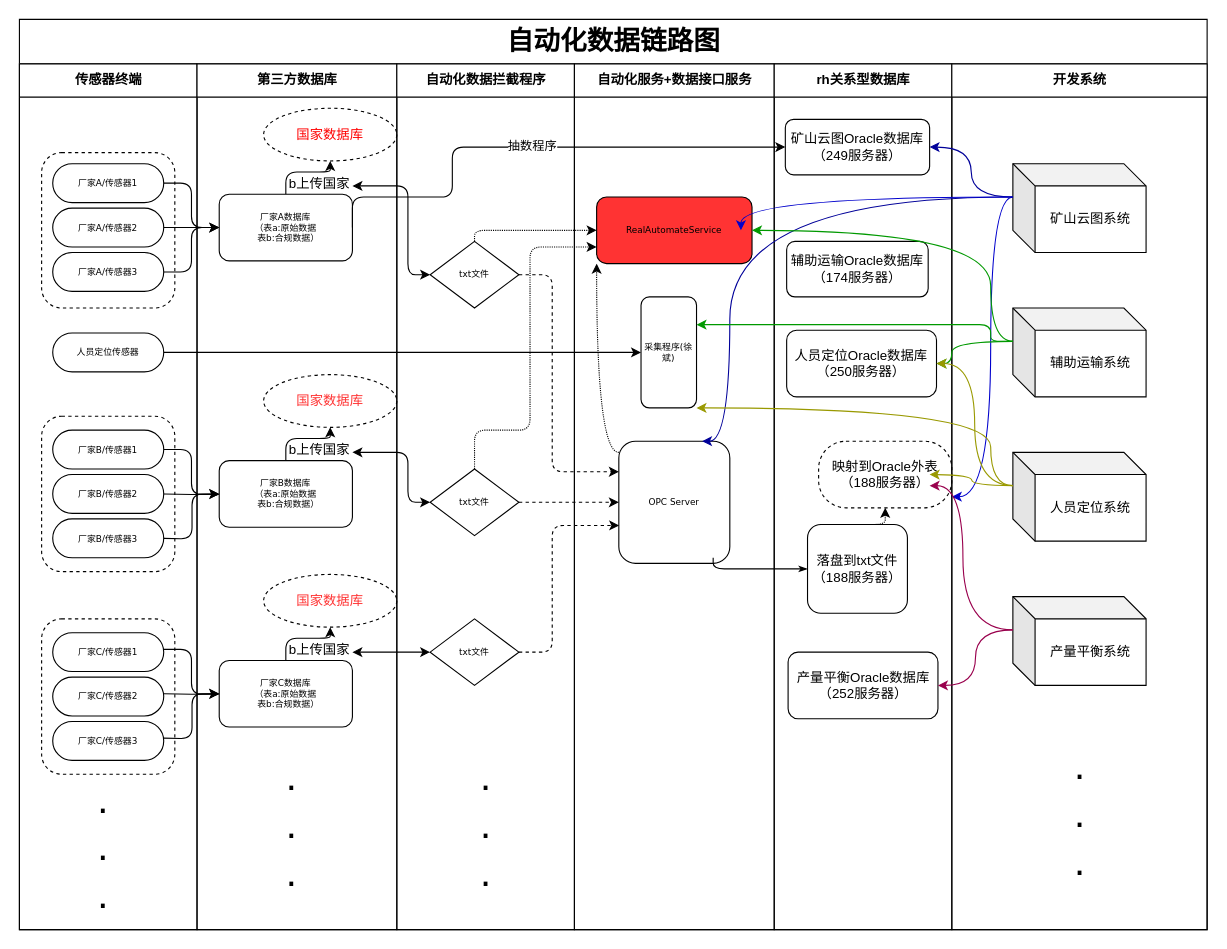
The draw.io diagram src/draw/自动化数据链路图.drawio in liulizhong/LearnAccumulate, before the edit. Source tidied: cells renumbered, new cells numbered last; positions are measured from the earlier drawing's top-left corner, leaving out a move shared by most shapes. Both pictures are drawn from the tidied source at 111%, with x=0, y=0 at pixel (19, 19).
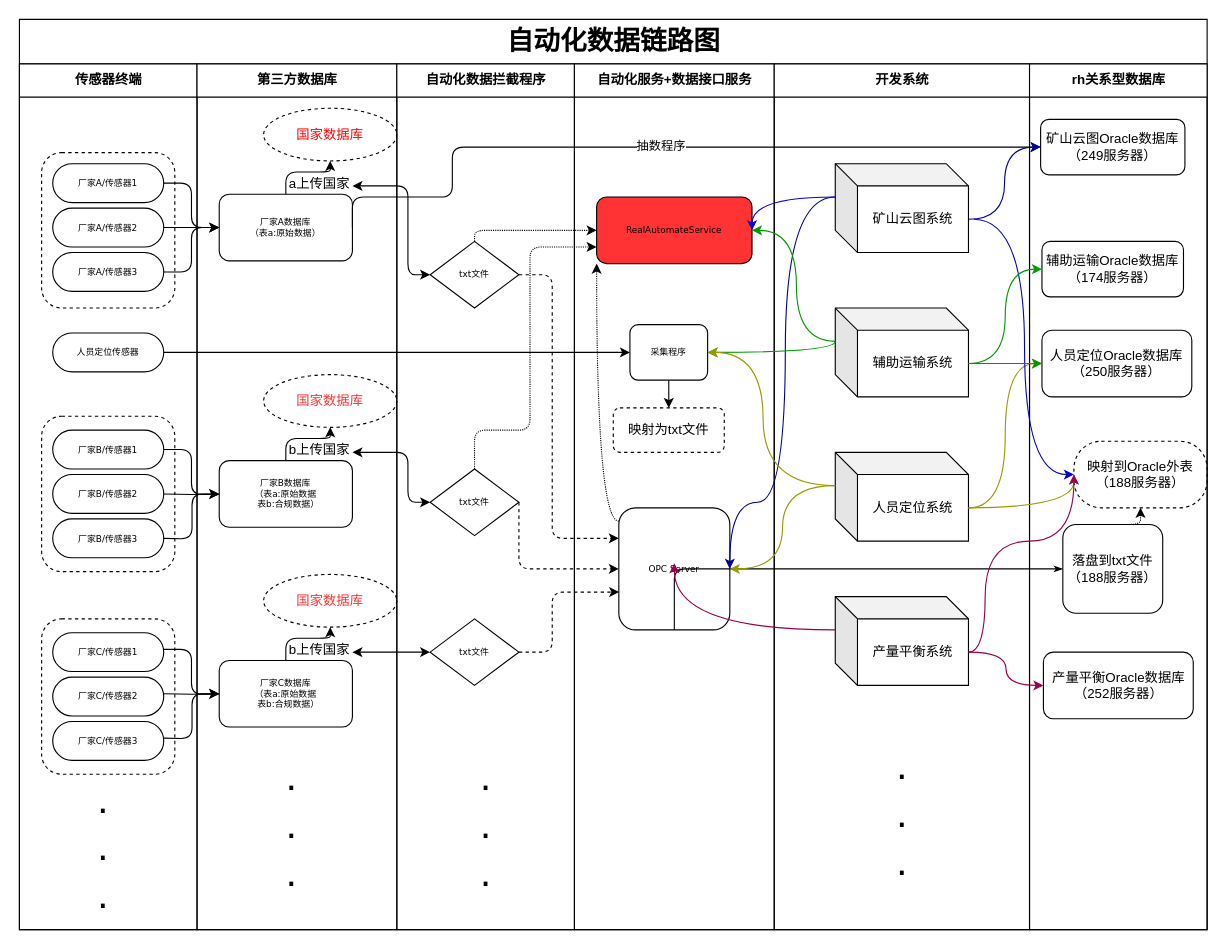
After the change.

Unchanged cells that the change refers to:
```xml
<mxCell id="2" value="&lt;font style=&quot;font-size: 24px&quot;&gt;自动化数据链路图&lt;/font&gt;" style="swimlane;html=1;startSize=40;rounded=0;shadow=0;labelBackgroundColor=none;strokeWidth=1;fontFamily=Verdana;fontSize=8;align=center;fillColor=none;" parent="1" vertex="1">
  <mxGeometry width="1070" height="820" as="geometry" />
</mxCell>
<mxCell id="19" value="第三方数据库" style="swimlane;html=1;startSize=30;" parent="2" vertex="1">
  <mxGeometry x="160" y="40" width="180" height="780" as="geometry" />
</mxCell>
<mxCell id="40" value="txt文件" style="rhombus;whiteSpace=wrap;html=1;rounded=0;shadow=0;labelBackgroundColor=none;strokeWidth=1;fontFamily=Verdana;fontSize=8;align=center;" parent="39" vertex="1">
  <mxGeometry x="30" y="160" width="80" height="60" as="geometry" />
</mxCell>
<mxCell id="43" value="txt文件" style="rhombus;whiteSpace=wrap;html=1;rounded=0;shadow=0;labelBackgroundColor=none;strokeWidth=1;fontFamily=Verdana;fontSize=8;align=center;" parent="39" vertex="1">
  <mxGeometry x="30" y="500" width="80" height="60" as="geometry" />
</mxCell>
<mxCell id="46" value="自动化服务+数据接口服务" style="swimlane;html=1;startSize=30;" parent="2" vertex="1">
  <mxGeometry x="500" y="40" width="180" height="780" as="geometry" />
</mxCell>
<mxCell id="49" value="&lt;span style=&quot;font-size: 8px&quot;&gt;RealAutomateService&lt;/span&gt;" style="rounded=1;whiteSpace=wrap;html=1;shadow=0;labelBackgroundColor=none;strokeWidth=1;fontFamily=Verdana;fontSize=8;align=center;fillColor=#FF3333;" parent="46" vertex="1">
  <mxGeometry x="20" y="120" width="140" height="60" as="geometry" />
</mxCell>
<mxCell id="62" value="矿山云图系统" style="shape=cube;whiteSpace=wrap;html=1;boundedLbl=1;backgroundOutline=1;darkOpacity=0.05;darkOpacity2=0.1;rounded=0;shadow=0;fillColor=none;" parent="60" vertex="1">
  <mxGeometry x="55" y="90" width="120" height="80" as="geometry" />
</mxCell>
<mxCell id="63" value="辅助运输系统" style="shape=cube;whiteSpace=wrap;html=1;boundedLbl=1;backgroundOutline=1;darkOpacity=0.05;darkOpacity2=0.1;rounded=0;shadow=0;fillColor=none;" parent="60" vertex="1">
  <mxGeometry x="55" y="220" width="120" height="80" as="geometry" />
</mxCell>
<mxCell id="64" value="产量平衡系统" style="shape=cube;whiteSpace=wrap;html=1;boundedLbl=1;backgroundOutline=1;darkOpacity=0.05;darkOpacity2=0.1;rounded=0;shadow=0;fillColor=none;" parent="60" vertex="1">
  <mxGeometry x="55" y="480" width="120" height="80" as="geometry" />
</mxCell>
<mxCell id="65" value="人员定位系统" style="shape=cube;whiteSpace=wrap;html=1;boundedLbl=1;backgroundOutline=1;darkOpacity=0.05;darkOpacity2=0.1;rounded=0;shadow=0;fillColor=none;" parent="60" vertex="1">
  <mxGeometry x="55" y="350" width="120" height="80" as="geometry" />
</mxCell>
```

Change to the diagram source:
```diff
@@
-    <mxCell id="21" value="厂家A数据库&lt;br&gt;（表a:原始数据&lt;br&gt;&amp;nbsp; 表b:合规数据）" style="rounded=1;whiteSpace=wrap;html=1;shadow=0;labelBackgroundColor=none;strokeWidth=1;fontFamily=Verdana;fontSize=8;align=center;" parent="19" vertex="1">
+    <mxCell id="21" value="厂家A数据库&lt;br&gt;（表a:原始数据）" style="rounded=1;whiteSpace=wrap;html=1;shadow=0;labelBackgroundColor=none;strokeWidth=1;fontFamily=Verdana;fontSize=8;align=center;" parent="19" vertex="1">
       <mxGeometry x="20" y="117.5" width="120" height="60" as="geometry" />
     </mxCell>
@@
-    <mxCell id="23" value="b上传国家" style="text;html=1;align=center;verticalAlign=middle;points=[];" parent="19" vertex="1">
+    <mxCell id="23" value="a上传国家" style="text;html=1;align=center;verticalAlign=middle;points=[];" parent="19" vertex="1">
       <mxGeometry x="75" y="97.5" width="70" height="20" as="geometry" />
     </mxCell>
@@
-    <mxCell id="47" style="edgeStyle=orthogonalEdgeStyle;curved=1;jettySize=auto;html=1;entryX=0;entryY=1;entryDx=0;entryDy=0;startArrow=none;startFill=0;endArrow=classic;endFill=1;strokeColor=#000000;dashed=1;dashPattern=1 1;" parent="46" edge="1" target="49">
+    <mxCell id="47" style="edgeStyle=orthogonalEdgeStyle;curved=1;jettySize=auto;html=1;entryX=0;entryY=1;entryDx=0;entryDy=0;startArrow=none;startFill=0;endArrow=classic;endFill=1;strokeColor=#000000;dashed=1;dashPattern=1 1;exitX=0;exitY=0.109;exitDx=0;exitDy=0;exitPerimeter=0;" parent="46" edge="1" source="48" target="49">
       <mxGeometry relative="1" as="geometry">
-        <mxPoint x="40" y="350" as="sourcePoint" />
         <Array as="points">
-          <mxPoint x="20" y="350" />
+          <mxPoint x="20" y="412" />
         </Array>
       </mxGeometry>
     </mxCell>
     <mxCell id="48" value="OPC Server" style="rounded=1;whiteSpace=wrap;html=1;shadow=0;labelBackgroundColor=none;strokeWidth=1;fontFamily=Verdana;fontSize=8;align=center;" parent="46" vertex="1">
-      <mxGeometry x="40" y="340" width="100" height="110" as="geometry" />
+      <mxGeometry x="40" y="400" width="100" height="110" as="geometry" />
     </mxCell>
@@
+    <mxCell id="89" style="edgeStyle=orthogonalEdgeStyle;curved=1;jettySize=auto;html=1;exitX=0.5;exitY=1;exitDx=0;exitDy=0;entryX=0.5;entryY=0;entryDx=0;entryDy=0;" parent="46" edge="1" source="50" target="90">
+      <mxGeometry relative="1" as="geometry" />
+    </mxCell>
-    <mxCell id="50" value="采集程序(徐斌)" style="rounded=1;whiteSpace=wrap;html=1;shadow=0;labelBackgroundColor=none;strokeWidth=1;fontFamily=Verdana;fontSize=8;align=center;" parent="46" vertex="1">
-      <mxGeometry x="60" y="210" width="50" height="100" as="geometry" />
+    <mxCell id="50" value="采集程序" style="rounded=1;whiteSpace=wrap;html=1;shadow=0;labelBackgroundColor=none;strokeWidth=1;fontFamily=Verdana;fontSize=8;align=center;" parent="46" vertex="1">
+      <mxGeometry x="50" y="235" width="70" height="50" as="geometry" />
     </mxCell>
+    <mxCell id="90" value="映射为txt文件" style="rounded=1;whiteSpace=wrap;html=1;dashed=1;" parent="46" vertex="1">
+      <mxGeometry x="35" y="310" width="100" height="40" as="geometry" />
+    </mxCell>
-    <mxCell id="51" style="edgeStyle=orthogonalEdgeStyle;rounded=1;html=1;labelBackgroundColor=none;startArrow=none;startFill=0;startSize=5;endArrow=classicThin;endFill=1;endSize=5;jettySize=auto;strokeWidth=1;fontFamily=Verdana;fontSize=8;entryX=0;entryY=0.5;entryDx=0;entryDy=0;" parent="2" edge="1" target="54">
+    <mxCell id="51" style="edgeStyle=orthogonalEdgeStyle;rounded=1;html=1;labelBackgroundColor=none;startArrow=none;startFill=0;startSize=5;endArrow=classicThin;endFill=1;endSize=5;jettySize=auto;strokeWidth=1;fontFamily=Verdana;fontSize=8;entryX=0;entryY=0.5;entryDx=0;entryDy=0;exitX=0.5;exitY=1;exitDx=0;exitDy=0;" parent="2" edge="1" source="48" target="54">
       <mxGeometry relative="1" as="geometry">
-        <mxPoint x="625" y="485" as="sourcePoint" />
         <Array as="points">
-          <mxPoint x="625" y="495" />
+          <mxPoint x="590" y="495" />
         </Array>
       </mxGeometry>
     </mxCell>
-    <mxCell id="52" value="rh关系型数据库" style="swimlane;html=1;startSize=30;" parent="2" vertex="1">
-      <mxGeometry x="680" y="40" width="160" height="780" as="geometry" />
-    </mxCell>
-    <mxCell id="53" style="edgeStyle=orthogonalEdgeStyle;rounded=1;jettySize=auto;html=1;exitX=0.5;exitY=0;exitDx=0;exitDy=0;dashed=1;dashPattern=1 1;startArrow=none;startFill=0;" parent="52" edge="1" source="54" target="55">
-      <mxGeometry relative="1" as="geometry">
-        <Array as="points">
-          <mxPoint x="100" y="415" />
-        </Array>
-      </mxGeometry>
-    </mxCell>
-    <mxCell id="54" value="落盘到txt文件&lt;br&gt;（188服务器）" style="rounded=1;whiteSpace=wrap;html=1;shadow=0;fillColor=none;" parent="52" vertex="1">
-      <mxGeometry x="30" y="415" width="90" height="80" as="geometry" />
-    </mxCell>
-    <mxCell id="55" value="映射到Oracle外表&lt;br&gt;（188服务器）" style="rounded=1;whiteSpace=wrap;html=1;shadow=0;fillColor=none;arcSize=41;dashed=1;" parent="52" vertex="1">
-      <mxGeometry x="40" y="340" width="120" height="60" as="geometry" />
-    </mxCell>
-    <mxCell id="56" value="矿山云图Oracle数据库&lt;br&gt;（249服务器）" style="rounded=1;whiteSpace=wrap;html=1;shadow=0;fillColor=none;" parent="52" vertex="1">
-      <mxGeometry x="10" y="50" width="130" height="50" as="geometry" />
-    </mxCell>
-    <mxCell id="57" value="辅助运输Oracle数据库&lt;br&gt;（174服务器）" style="rounded=1;whiteSpace=wrap;html=1;shadow=0;fillColor=none;" parent="52" vertex="1">
-      <mxGeometry x="11.2" y="160" width="127.5" height="50" as="geometry" />
-    </mxCell>
-    <mxCell id="58" value="人员定位Oracle数据库&lt;br&gt;（250服务器）" style="rounded=1;whiteSpace=wrap;html=1;shadow=0;fillColor=none;" parent="52" vertex="1">
-      <mxGeometry x="11.2" y="240" width="135" height="60" as="geometry" />
-    </mxCell>
-    <mxCell id="59" value="产量平衡Oracle数据库&lt;br&gt;（252服务器）" style="rounded=1;whiteSpace=wrap;html=1;shadow=0;fillColor=none;" parent="52" vertex="1">
-      <mxGeometry x="12.5" y="530" width="135" height="60" as="geometry" />
-    </mxCell>
     <mxCell id="60" value="开发系统" style="swimlane;html=1;startSize=30;gradientColor=#ffffff;" parent="2" vertex="1">
-      <mxGeometry x="840" y="40" width="230" height="780" as="geometry" />
+      <mxGeometry x="680" y="40" width="230" height="780" as="geometry" />
     </mxCell>
-    <mxCell id="61" style="edgeStyle=orthogonalEdgeStyle;curved=1;jettySize=auto;html=1;exitX=0;exitY=0;exitDx=0;exitDy=30;exitPerimeter=0;entryX=0;entryY=0.5;entryDx=0;entryDy=0;startArrow=none;startFill=0;endArrow=classic;endFill=1;strokeColor=#0000CC;" parent="60" edge="1" source="62" target="60">
-      <mxGeometry relative="1" as="geometry" />
-    </mxCell>
@@
     <mxCell id="71" style="edgeStyle=orthogonalEdgeStyle;rounded=1;jettySize=auto;html=1;dashed=1;startArrow=none;startFill=0;entryX=0.003;entryY=0.69;entryDx=0;entryDy=0;entryPerimeter=0;exitX=1;exitY=0.5;exitDx=0;exitDy=0;" parent="2" edge="1" source="43" target="48">
       <mxGeometry relative="1" as="geometry">
         <Array as="points">
           <mxPoint x="480" y="570" />
-          <mxPoint x="480" y="456" />
+          <mxPoint x="480" y="516" />
         </Array>
       </mxGeometry>
     </mxCell>
     <mxCell id="72" style="edgeStyle=orthogonalEdgeStyle;rounded=1;jettySize=auto;html=1;exitX=1;exitY=0.5;exitDx=0;exitDy=0;dashed=1;startArrow=none;startFill=0;entryX=0;entryY=0.25;entryDx=0;entryDy=0;" parent="2" edge="1" source="40" target="48">
       <mxGeometry relative="1" as="geometry">
         <Array as="points">
           <mxPoint x="480" y="230" />
-          <mxPoint x="480" y="408" />
+          <mxPoint x="480" y="468" />
         </Array>
       </mxGeometry>
     </mxCell>
@@
-    <mxCell id="77" style="edgeStyle=orthogonalEdgeStyle;jettySize=auto;html=1;exitX=0;exitY=0;exitDx=0;exitDy=30;exitPerimeter=0;entryX=1;entryY=0.5;entryDx=0;entryDy=0;curved=1;startArrow=none;startFill=0;strokeColor=#000099;" parent="2" edge="1" source="62" target="56">
+    <mxCell id="77" style="edgeStyle=orthogonalEdgeStyle;jettySize=auto;html=1;exitX=0;exitY=0;exitDx=120;exitDy=50;exitPerimeter=0;entryX=0;entryY=0.5;entryDx=0;entryDy=0;curved=1;startArrow=none;startFill=0;strokeColor=#000099;" parent="2" edge="1" source="62" target="56">
       <mxGeometry relative="1" as="geometry" />
     </mxCell>
-    <mxCell id="78" style="edgeStyle=orthogonalEdgeStyle;curved=1;jettySize=auto;html=1;exitX=0;exitY=0;exitDx=0;exitDy=30;exitPerimeter=0;strokeColor=#000099;entryX=0.75;entryY=0;entryDx=0;entryDy=0;" parent="2" edge="1" source="62" target="48">
+    <mxCell id="78" style="edgeStyle=orthogonalEdgeStyle;curved=1;jettySize=auto;html=1;exitX=0;exitY=0;exitDx=0;exitDy=30;exitPerimeter=0;strokeColor=#000099;entryX=1;entryY=0.5;entryDx=0;entryDy=0;" parent="2" edge="1" source="62" target="48">
       <mxGeometry relative="1" as="geometry">
         <Array as="points">
-          <mxPoint x="640" y="160" />
-          <mxPoint x="640" y="380" />
+          <mxPoint x="690" y="160" />
+          <mxPoint x="690" y="435" />
         </Array>
       </mxGeometry>
     </mxCell>
     <mxCell id="79" style="edgeStyle=orthogonalEdgeStyle;curved=1;jettySize=auto;html=1;exitX=0;exitY=0;exitDx=0;exitDy=30;exitPerimeter=0;startArrow=none;startFill=0;endArrow=classic;endFill=1;strokeColor=#99004D;" parent="2" edge="1" source="64">
       <mxGeometry relative="1" as="geometry">
-        <mxPoint x="820" y="420" as="targetPoint" />
+        <mxPoint x="590" y="490" as="targetPoint" />
         <Array as="points">
-          <mxPoint x="850" y="550" />
-          <mxPoint x="850" y="420" />
+          <mxPoint x="590" y="550" />
         </Array>
       </mxGeometry>
     </mxCell>
     <mxCell id="80" style="edgeStyle=orthogonalEdgeStyle;curved=1;jettySize=auto;html=1;exitX=1;exitY=0.5;exitDx=0;exitDy=0;entryX=0;entryY=0;entryDx=0;entryDy=30;entryPerimeter=0;strokeColor=#009900;startArrow=classic;startFill=1;endArrow=none;endFill=0;" parent="2" edge="1" source="49" target="63">
       <mxGeometry relative="1" as="geometry">
         <Array as="points">
-          <mxPoint x="875" y="190" />
+          <mxPoint x="700" y="190" />
+          <mxPoint x="700" y="290" />
         </Array>
       </mxGeometry>
     </mxCell>
-    <mxCell id="81" style="edgeStyle=orthogonalEdgeStyle;jettySize=auto;html=1;exitX=0;exitY=0;exitDx=0;exitDy=30;exitPerimeter=0;entryX=1;entryY=0.5;entryDx=0;entryDy=0;startArrow=none;startFill=0;endArrow=classic;endFill=1;strokeColor=#99004D;curved=1;" parent="2" edge="1" source="64" target="59">
+    <mxCell id="81" style="edgeStyle=orthogonalEdgeStyle;jettySize=auto;html=1;exitX=0;exitY=0;exitDx=120;exitDy=50;exitPerimeter=0;entryX=0;entryY=0.5;entryDx=0;entryDy=0;startArrow=none;startFill=0;endArrow=classic;endFill=1;strokeColor=#99004D;curved=1;" parent="2" edge="1" source="64" target="59">
       <mxGeometry relative="1" as="geometry" />
     </mxCell>
-    <mxCell id="82" style="edgeStyle=orthogonalEdgeStyle;rounded=1;jettySize=auto;html=1;exitX=1;exitY=0.25;exitDx=0;exitDy=0;startArrow=classic;startFill=1;endArrow=none;endFill=0;strokeColor=#009900;entryX=0;entryY=0;entryDx=0;entryDy=30;entryPerimeter=0;" parent="2" edge="1" source="50" target="63">
+    <mxCell id="82" style="edgeStyle=orthogonalEdgeStyle;jettySize=auto;html=1;exitX=1;exitY=0.5;exitDx=0;exitDy=0;startArrow=classic;startFill=1;endArrow=none;endFill=0;strokeColor=#009900;entryX=0;entryY=0;entryDx=0;entryDy=30;entryPerimeter=0;curved=1;" parent="2" edge="1" source="50" target="63">
       <mxGeometry relative="1" as="geometry">
         <Array as="points">
-          <mxPoint x="875" y="275" />
+          <mxPoint x="735" y="300" />
         </Array>
       </mxGeometry>
     </mxCell>
-    <mxCell id="83" style="edgeStyle=orthogonalEdgeStyle;jettySize=auto;html=1;exitX=0;exitY=0;exitDx=0;exitDy=30;exitPerimeter=0;entryX=1;entryY=0.5;entryDx=0;entryDy=0;startArrow=none;startFill=0;endArrow=classic;endFill=1;curved=1;strokeColor=#009900;" parent="2" edge="1" source="63" target="58">
-      <mxGeometry relative="1" as="geometry">
-        <Array as="points">
-          <mxPoint x="840" y="290" />
-          <mxPoint x="840" y="310" />
-        </Array>
-      </mxGeometry>
-    </mxCell>
-    <mxCell id="84" style="edgeStyle=orthogonalEdgeStyle;jettySize=auto;html=1;exitX=0;exitY=0;exitDx=0;exitDy=30;exitPerimeter=0;entryX=1;entryY=0.5;entryDx=0;entryDy=0;startArrow=none;startFill=0;endArrow=classic;endFill=1;curved=1;strokeColor=#999900;" parent="2" edge="1" source="65" target="58">
+    <mxCell id="84" style="edgeStyle=orthogonalEdgeStyle;jettySize=auto;html=1;exitX=0;exitY=0;exitDx=120;exitDy=50;exitPerimeter=0;entryX=0;entryY=0.5;entryDx=0;entryDy=0;startArrow=none;startFill=0;endArrow=classic;endFill=1;curved=1;strokeColor=#999900;" parent="2" edge="1" source="65" target="58">
       <mxGeometry relative="1" as="geometry" />
     </mxCell>
-    <mxCell id="85" style="edgeStyle=orthogonalEdgeStyle;curved=1;jettySize=auto;html=1;exitX=0;exitY=0;exitDx=0;exitDy=30;exitPerimeter=0;startArrow=none;startFill=0;endArrow=classic;endFill=1;strokeColor=#999900;" parent="2" edge="1" source="65" target="50">
+    <mxCell id="85" style="edgeStyle=orthogonalEdgeStyle;curved=1;jettySize=auto;html=1;exitX=0;exitY=0;exitDx=0;exitDy=30;exitPerimeter=0;startArrow=none;startFill=0;endArrow=classic;endFill=1;strokeColor=#999900;entryX=1;entryY=0.5;entryDx=0;entryDy=0;" parent="2" edge="1" source="65" target="50">
       <mxGeometry relative="1" as="geometry">
         <Array as="points">
-          <mxPoint x="875" y="350" />
+          <mxPoint x="670" y="420" />
+          <mxPoint x="670" y="300" />
         </Array>
       </mxGeometry>
     </mxCell>
@@
+    <mxCell id="52" value="rh关系型数据库" style="swimlane;html=1;startSize=30;" parent="2" vertex="1">
+      <mxGeometry x="910" y="40" width="160" height="780" as="geometry" />
+    </mxCell>
+    <mxCell id="53" style="edgeStyle=orthogonalEdgeStyle;rounded=1;jettySize=auto;html=1;exitX=0.5;exitY=0;exitDx=0;exitDy=0;dashed=1;dashPattern=1 1;startArrow=none;startFill=0;" parent="52" edge="1" source="54" target="55">
+      <mxGeometry relative="1" as="geometry">
+        <Array as="points">
+          <mxPoint x="100" y="415" />
+        </Array>
+      </mxGeometry>
+    </mxCell>
+    <mxCell id="54" value="落盘到txt文件&lt;br&gt;（188服务器）" style="rounded=1;whiteSpace=wrap;html=1;shadow=0;fillColor=none;" parent="52" vertex="1">
+      <mxGeometry x="30" y="415" width="90" height="80" as="geometry" />
+    </mxCell>
+    <mxCell id="55" value="映射到Oracle外表&lt;br&gt;（188服务器）" style="rounded=1;whiteSpace=wrap;html=1;shadow=0;fillColor=none;arcSize=41;dashed=1;" parent="52" vertex="1">
+      <mxGeometry x="40" y="340" width="120" height="60" as="geometry" />
+    </mxCell>
+    <mxCell id="56" value="矿山云图Oracle数据库&lt;br&gt;（249服务器）" style="rounded=1;whiteSpace=wrap;html=1;shadow=0;fillColor=none;" parent="52" vertex="1">
+      <mxGeometry x="10" y="50" width="130" height="50" as="geometry" />
+    </mxCell>
+    <mxCell id="57" value="辅助运输Oracle数据库&lt;br&gt;（174服务器）" style="rounded=1;whiteSpace=wrap;html=1;shadow=0;fillColor=none;" parent="52" vertex="1">
+      <mxGeometry x="11.2" y="160" width="127.5" height="50" as="geometry" />
+    </mxCell>
+    <mxCell id="58" value="人员定位Oracle数据库&lt;br&gt;（250服务器）" style="rounded=1;whiteSpace=wrap;html=1;shadow=0;fillColor=none;" parent="52" vertex="1">
+      <mxGeometry x="11.2" y="240" width="135" height="60" as="geometry" />
+    </mxCell>
+    <mxCell id="59" value="产量平衡Oracle数据库&lt;br&gt;（252服务器）" style="rounded=1;whiteSpace=wrap;html=1;shadow=0;fillColor=none;" parent="52" vertex="1">
+      <mxGeometry x="12.5" y="530" width="135" height="60" as="geometry" />
+    </mxCell>
+    <mxCell id="61" style="edgeStyle=orthogonalEdgeStyle;curved=1;jettySize=auto;html=1;entryX=0;entryY=0.5;entryDx=0;entryDy=0;startArrow=none;startFill=0;endArrow=classic;endFill=1;strokeColor=#0000CC;" parent="2" edge="1" target="55">
+      <mxGeometry relative="1" as="geometry">
+        <mxPoint x="860" y="180" as="sourcePoint" />
+      </mxGeometry>
+    </mxCell>
+    <mxCell id="91" style="edgeStyle=orthogonalEdgeStyle;curved=1;jettySize=auto;html=1;exitX=0;exitY=0;exitDx=120;exitDy=50;exitPerimeter=0;entryX=0;entryY=0.5;entryDx=0;entryDy=0;strokeColor=#009900;" parent="2" edge="1" source="63" target="57">
+      <mxGeometry relative="1" as="geometry" />
+    </mxCell>
+    <mxCell id="83" style="edgeStyle=orthogonalEdgeStyle;curved=1;jettySize=auto;html=1;exitX=0;exitY=0;exitDx=120;exitDy=50;exitPerimeter=0;entryX=0;entryY=0.5;entryDx=0;entryDy=0;strokeColor=#009900;" parent="2" edge="1" source="63" target="58">
+      <mxGeometry relative="1" as="geometry" />
+    </mxCell>
+    <mxCell id="88" style="edgeStyle=orthogonalEdgeStyle;curved=1;jettySize=auto;html=1;exitX=0;exitY=0;exitDx=0;exitDy=30;exitPerimeter=0;startArrow=none;startFill=0;endArrow=classic;endFill=1;strokeColor=#999900;entryX=1;entryY=0.5;entryDx=0;entryDy=0;" parent="2" edge="1" source="65" target="48">
+      <mxGeometry relative="1" as="geometry" />
+    </mxCell>
+    <mxCell id="92" style="edgeStyle=orthogonalEdgeStyle;jettySize=auto;html=1;exitX=0;exitY=0;exitDx=120;exitDy=50;exitPerimeter=0;entryX=0;entryY=0.5;entryDx=0;entryDy=0;curved=1;strokeColor=#999900;" parent="2" edge="1" source="65" target="55">
+      <mxGeometry relative="1" as="geometry">
+        <Array as="points">
+          <mxPoint x="950" y="440" />
+        </Array>
+      </mxGeometry>
+    </mxCell>
     <mxCell id="87" style="edgeStyle=orthogonalEdgeStyle;jettySize=auto;html=1;exitX=0;exitY=0;exitDx=0;exitDy=30;exitPerimeter=0;startArrow=none;startFill=0;endArrow=classic;endFill=1;strokeColor=#0000CC;curved=1;" parent="1" edge="1" source="62">
       <mxGeometry relative="1" as="geometry">
-        <mxPoint x="650" y="190" as="targetPoint" />
+        <mxPoint x="660" y="190" as="targetPoint" />
         <Array as="points">
-          <mxPoint x="650" y="160" />
+          <mxPoint x="660" y="160" />
         </Array>
       </mxGeometry>
     </mxCell>
-    <mxCell id="88" style="edgeStyle=orthogonalEdgeStyle;curved=1;jettySize=auto;html=1;exitX=0;exitY=0;exitDx=0;exitDy=30;exitPerimeter=0;startArrow=none;startFill=0;endArrow=classic;endFill=1;strokeColor=#999900;" parent="1" edge="1" source="65">
-      <mxGeometry relative="1" as="geometry">
-        <mxPoint x="820" y="410" as="targetPoint" />
-      </mxGeometry>
-    </mxCell>
+    <mxCell id="93" style="edgeStyle=orthogonalEdgeStyle;curved=1;jettySize=auto;html=1;exitX=0;exitY=0;exitDx=120;exitDy=50;exitPerimeter=0;strokeColor=#99004D;" parent="1" edge="1" source="64">
+      <mxGeometry relative="1" as="geometry">
+        <mxPoint x="950" y="410" as="targetPoint" />
+        <Array as="points">
+          <mxPoint x="870" y="570" />
+          <mxPoint x="870" y="470" />
+          <mxPoint x="950" y="470" />
+        </Array>
+      </mxGeometry>
+    </mxCell>
```
